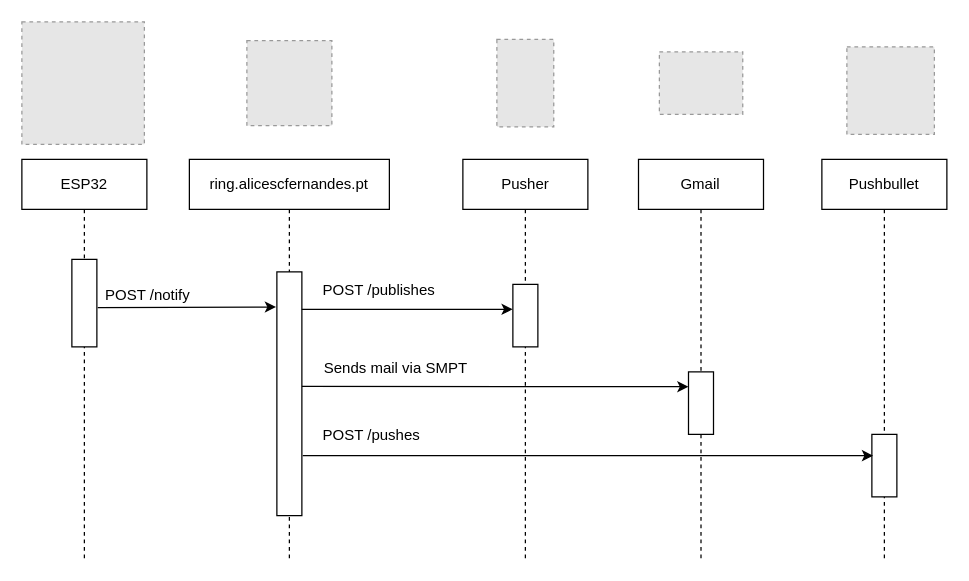
This is page "Request Diagram" (1 of 2) of diagram.drawio from alicescfernandes/remote-doorbell, a draw.io file, before an edit. Source tidied: cells renumbered, new cells numbered last; positions are measured from the earlier drawing's top-left corner, leaving out a move shared by most shapes. Both pictures are drawn from the tidied source at 125%, with x=0, y=0 at pixel (21, 21). Pictures stored in the file or linked from it are replaced by grey dashed boxes.
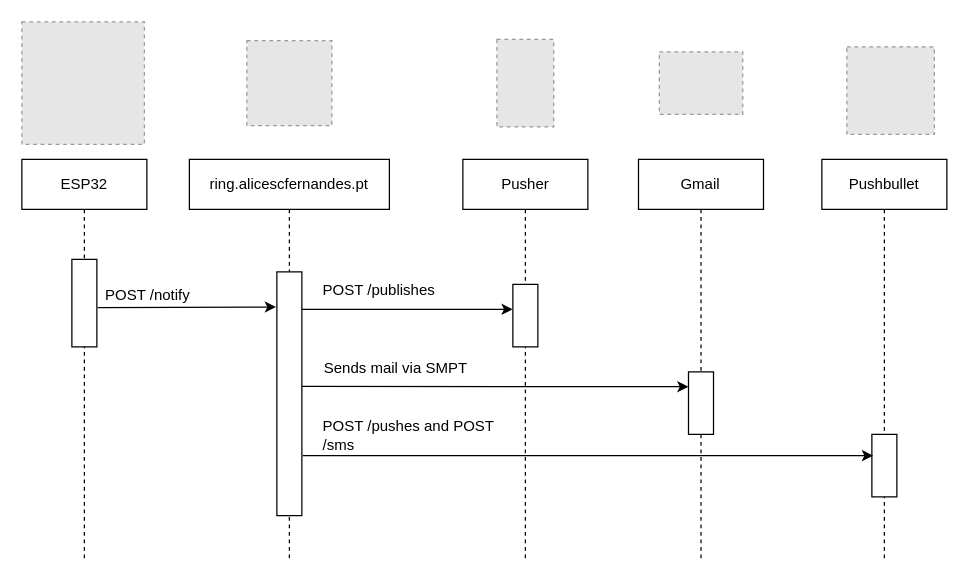
The same page after the edit.

Change to the diagram source:
```diff
@@
-    <mxCell id="24" value="POST /pushes" style="text;html=1;strokeColor=none;fillColor=none;align=left;verticalAlign=middle;whiteSpace=wrap;rounded=0;" parent="1" vertex="1">
-      <mxGeometry x="239" y="316" width="110" height="30" as="geometry" />
+    <mxCell id="24" value="POST /pushes and POST /sms" style="text;html=1;strokeColor=none;fillColor=none;align=left;verticalAlign=middle;whiteSpace=wrap;rounded=0;" parent="1" vertex="1">
+      <mxGeometry x="239" y="316" width="151" height="30" as="geometry" />
     </mxCell>
```
